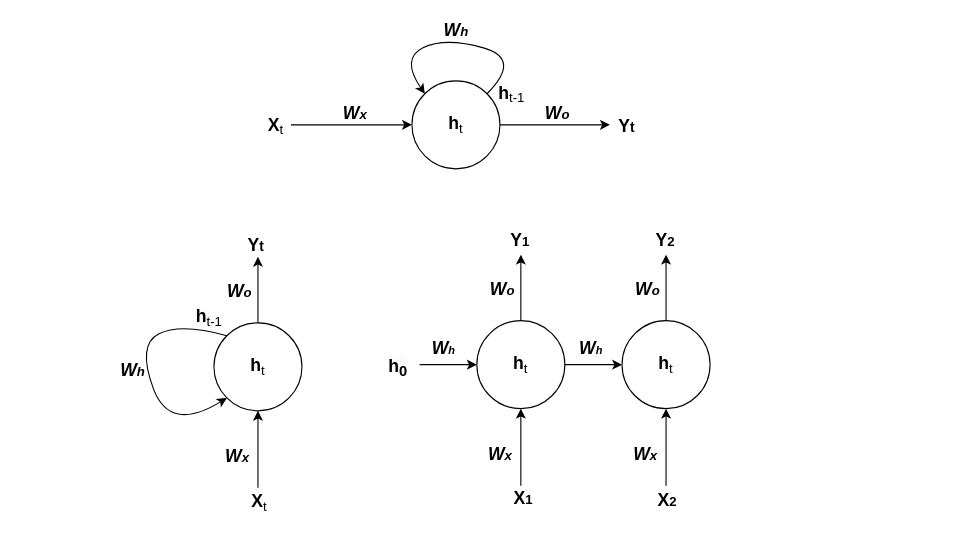
This is Untitled Diagram.drawio from morningkyle/githubfiles, a draw.io file, before an edit. Source tidied: cells renumbered, new cells numbered last; positions are measured from the earlier drawing's top-left corner, leaving out a move shared by most shapes. Both pictures are drawn from the tidied source at 110%, with x=0, y=0 at pixel (19, 36).
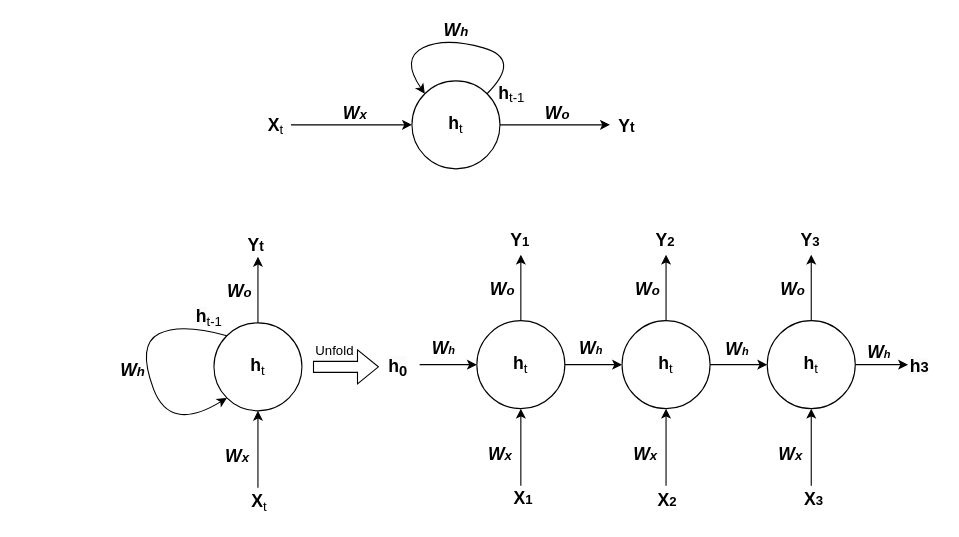
After the change.

What changed in the source:
```diff
@@
+    <mxCell id="41" value="&lt;span style=&quot;font-size: 16px;&quot;&gt;&lt;b&gt;h&lt;/b&gt;&lt;sub style=&quot;font-size: 12px;&quot;&gt;t&lt;/sub&gt;&lt;/span&gt;" style="ellipse;whiteSpace=wrap;html=1;" parent="1" vertex="1">
+      <mxGeometry x="680" y="258" width="80" height="80" as="geometry" />
+    </mxCell>
+    <mxCell id="42" style="endArrow=classic;html=1;rounded=0;exitX=0.5;exitY=0;exitDx=0;exitDy=0;" parent="1" edge="1" source="41">
+      <mxGeometry relative="1" as="geometry">
+        <mxPoint x="720" y="198" as="targetPoint" />
+      </mxGeometry>
+    </mxCell>
+    <mxCell id="43" value="&lt;sub style=&quot;&quot;&gt;&lt;b style=&quot;&quot;&gt;&lt;i&gt;&lt;span style=&quot;font-size: 16px;&quot;&gt;W&lt;/span&gt;&lt;span style=&quot;font-size: 12px;&quot;&gt;x&lt;/span&gt;&lt;/i&gt;&lt;/b&gt;&lt;/sub&gt;" style="edgeLabel;html=1;align=center;verticalAlign=middle;" parent="1" vertex="1">
+      <mxGeometry x="636" y="398" as="geometry">
+        <mxPoint x="64" y="-20" as="offset" />
+      </mxGeometry>
+    </mxCell>
+    <mxCell id="44" value="&lt;sub style=&quot;&quot;&gt;&lt;b style=&quot;&quot;&gt;&lt;i&gt;&lt;span style=&quot;font-size: 16px;&quot;&gt;W&lt;/span&gt;&lt;span style=&quot;font-size: 12px;&quot;&gt;o&lt;/span&gt;&lt;/i&gt;&lt;/b&gt;&lt;/sub&gt;" style="edgeLabel;html=1;align=center;verticalAlign=middle;" parent="1" vertex="1">
+      <mxGeometry x="638" y="248" as="geometry">
+        <mxPoint x="64" y="-20" as="offset" />
+      </mxGeometry>
+    </mxCell>
+    <mxCell id="45" style="endArrow=classic;html=1;rounded=0;entryX=0.5;entryY=1;entryDx=0;entryDy=0;" parent="1" edge="1" target="41">
+      <mxGeometry relative="1" as="geometry">
+        <mxPoint x="720" y="408" as="sourcePoint" />
+      </mxGeometry>
+    </mxCell>
+    <mxCell id="46" value="&lt;b&gt;&lt;font style=&quot;font-size: 16px;&quot;&gt;X&lt;/font&gt;&lt;font style=&quot;font-size: 12px;&quot;&gt;3&lt;/font&gt;&lt;/b&gt;" style="edgeLabel;html=1;align=center;verticalAlign=middle;" parent="1" vertex="1">
+      <mxGeometry x="716" y="419" as="geometry">
+        <mxPoint x="5" as="offset" />
+      </mxGeometry>
+    </mxCell>
+    <mxCell id="47" style="endArrow=classic;html=1;rounded=0;entryX=0;entryY=0.5;entryDx=0;entryDy=0;exitX=1;exitY=0.5;exitDx=0;exitDy=0;" parent="1" edge="1" target="41">
+      <mxGeometry relative="1" as="geometry">
+        <mxPoint x="628" y="298" as="sourcePoint" />
+      </mxGeometry>
+    </mxCell>
+    <mxCell id="48" value="&lt;b&gt;&lt;font style=&quot;font-size: 16px;&quot;&gt;Y&lt;/font&gt;&lt;font style=&quot;font-size: 12px;&quot;&gt;3&lt;/font&gt;&lt;/b&gt;" style="edgeLabel;html=1;align=center;verticalAlign=middle;" parent="1" vertex="1">
+      <mxGeometry x="734" y="438" as="geometry">
+        <mxPoint x="-16" y="-254" as="offset" />
+      </mxGeometry>
+    </mxCell>
+    <mxCell id="49" value="&lt;font style=&quot;&quot;&gt;&lt;b style=&quot;&quot;&gt;&lt;i style=&quot;&quot;&gt;&lt;span style=&quot;font-size: 16px;&quot;&gt;W&lt;/span&gt;&lt;span style=&quot;font-size: 10px;&quot;&gt;h&lt;/span&gt;&lt;/i&gt;&lt;/b&gt;&lt;/font&gt;" style="text;strokeColor=none;align=center;fillColor=none;html=1;verticalAlign=middle;whiteSpace=wrap;rounded=0;" parent="1" vertex="1">
+      <mxGeometry x="623" y="269" width="60" height="30" as="geometry" />
+    </mxCell>
+    <mxCell id="50" style="endArrow=classic;html=1;rounded=0;exitX=1;exitY=0.5;exitDx=0;exitDy=0;entryX=0;entryY=0.5;entryDx=0;entryDy=0;" parent="1" edge="1" source="41" target="51">
+      <mxGeometry relative="1" as="geometry" />
+    </mxCell>
+    <mxCell id="51" value="&lt;b style=&quot;border-color: var(--border-color); color: rgb(0, 0, 0); font-family: Helvetica; font-size: 16px; font-style: normal; font-variant-ligatures: normal; font-variant-caps: normal; letter-spacing: normal; orphans: 2; text-align: center; text-indent: 0px; text-transform: none; widows: 2; word-spacing: 0px; -webkit-text-stroke-width: 0px; background-color: rgb(251, 251, 251); text-decoration-thickness: initial; text-decoration-style: initial; text-decoration-color: initial;&quot;&gt;h&lt;/b&gt;&lt;b style=&quot;border-color: var(--border-color); color: rgb(0, 0, 0); font-family: Helvetica; font-style: normal; font-variant-ligatures: normal; font-variant-caps: normal; letter-spacing: normal; orphans: 2; text-align: center; text-indent: 0px; text-transform: none; widows: 2; word-spacing: 0px; -webkit-text-stroke-width: 0px; background-color: rgb(251, 251, 251); text-decoration-thickness: initial; text-decoration-style: initial; text-decoration-color: initial; font-size: 13.3333px;&quot;&gt;3&lt;/b&gt;" style="text;whiteSpace=wrap;html=1;" parent="1" vertex="1">
+      <mxGeometry x="808" y="283" width="30" height="30" as="geometry" />
+    </mxCell>
+    <mxCell id="52" value="&lt;font style=&quot;&quot;&gt;&lt;b style=&quot;&quot;&gt;&lt;i style=&quot;&quot;&gt;&lt;span style=&quot;font-size: 16px;&quot;&gt;W&lt;/span&gt;&lt;span style=&quot;font-size: 10px;&quot;&gt;h&lt;/span&gt;&lt;/i&gt;&lt;/b&gt;&lt;/font&gt;" style="text;strokeColor=none;align=center;fillColor=none;html=1;verticalAlign=middle;whiteSpace=wrap;rounded=0;" parent="1" vertex="1">
+      <mxGeometry x="752" y="271" width="60" height="30" as="geometry" />
+    </mxCell>
+    <mxCell id="53" style="shape=flexArrow;endArrow=classic;html=1;rounded=0;" parent="1" edge="1">
+      <mxGeometry relative="1" as="geometry">
+        <mxPoint x="267" y="300" as="sourcePoint" />
+        <mxPoint x="327" y="300" as="targetPoint" />
+      </mxGeometry>
+    </mxCell>
+    <mxCell id="54" value="&lt;font style=&quot;font-size: 12px;&quot;&gt;Unfold&lt;/font&gt;" style="text;strokeColor=none;align=center;fillColor=none;html=1;verticalAlign=middle;whiteSpace=wrap;rounded=0;" parent="1" vertex="1">
+      <mxGeometry x="257" y="271" width="60" height="29" as="geometry" />
+    </mxCell>
```
